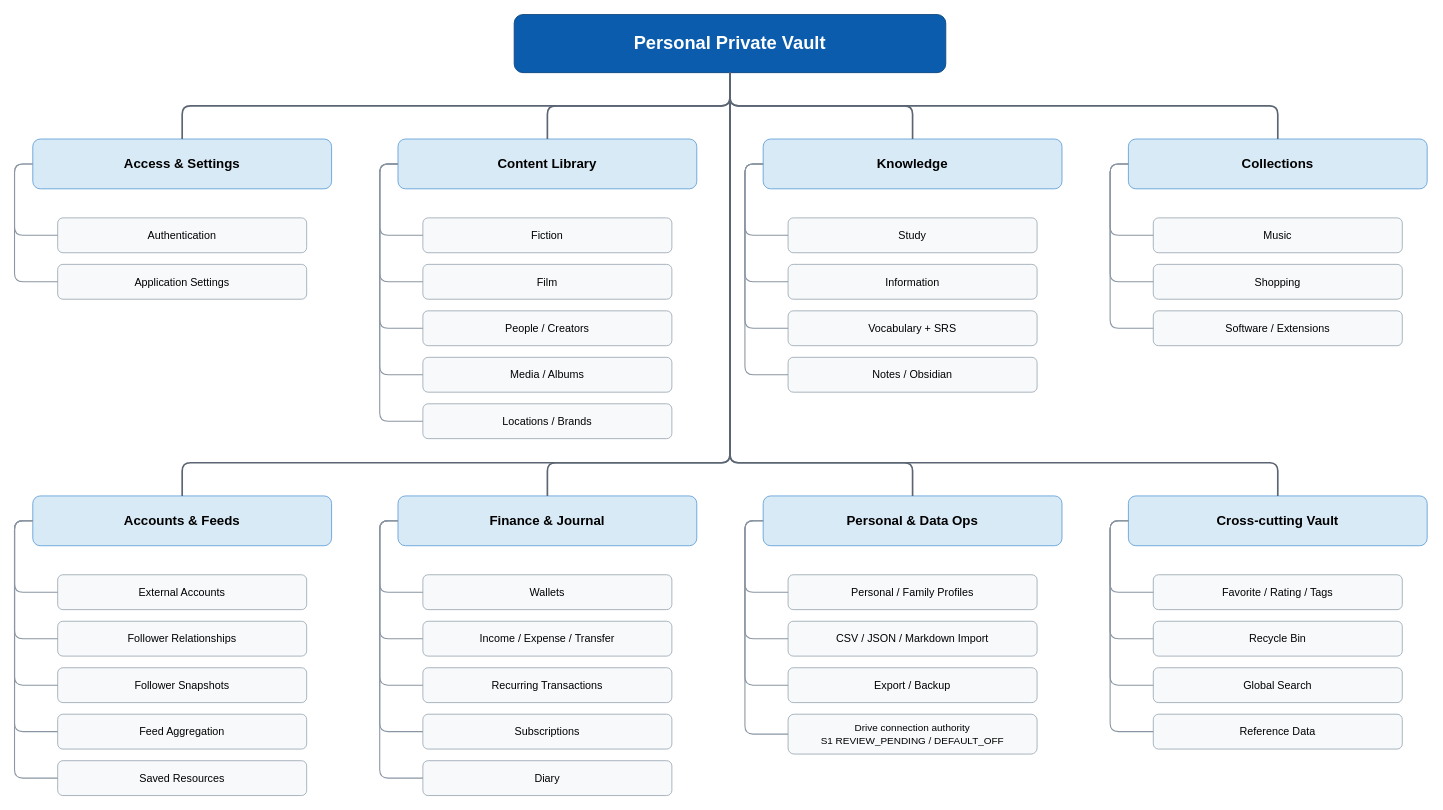
The draw.io diagram docs/architecture/diagrams/source/functional-decomposition.drawio in vhvkhangg/personal-private-vault, before the edit. Source tidied: cells renumbered, new cells numbered last; positions are measured from the earlier drawing's top-left corner, leaving out a move shared by most shapes. Both pictures are drawn from the tidied source at 83%, with x=0, y=0 at pixel (14, 14).
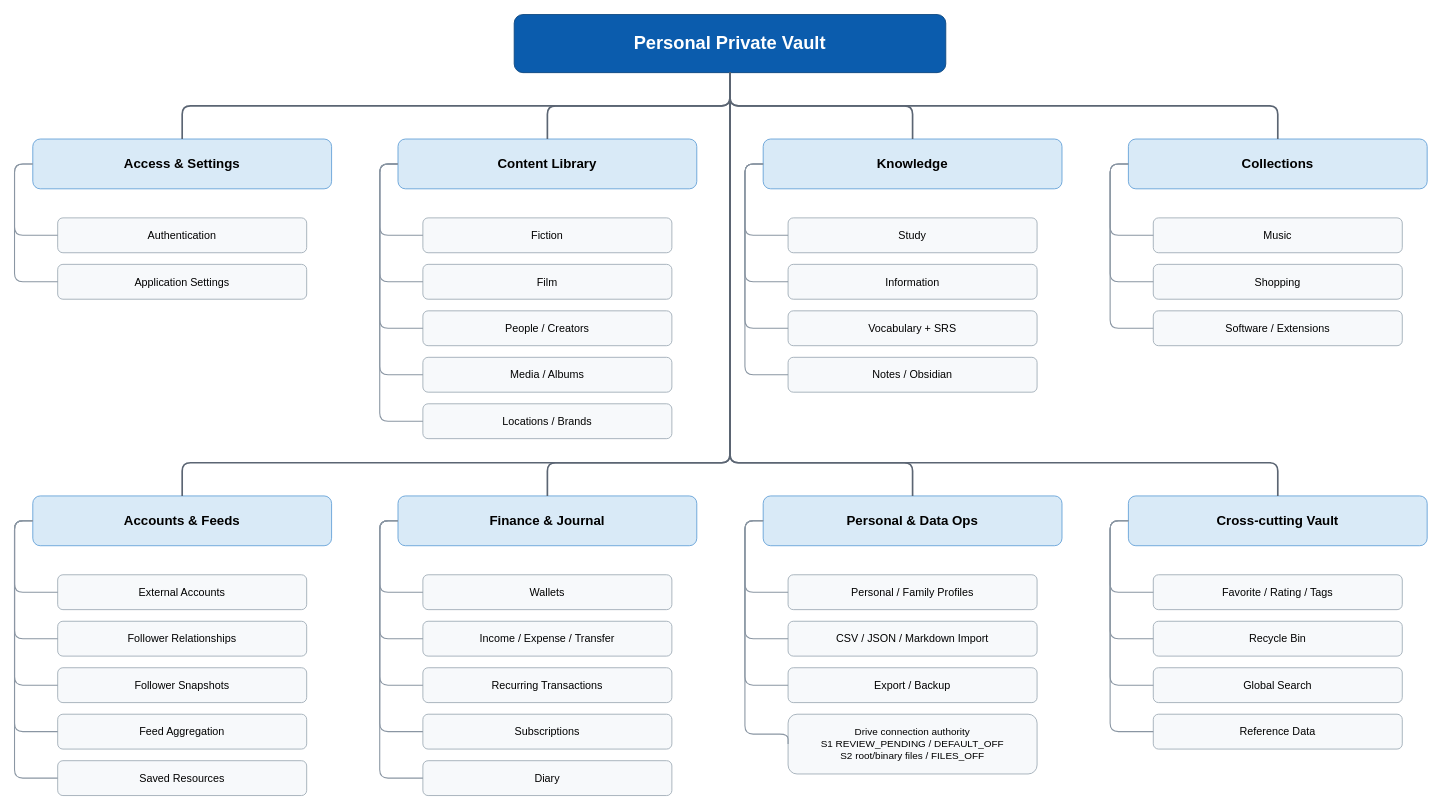
The same page after the edit.

What changed in the source:
```diff
@@
-    <mxCell id="81" value="Drive connection authority&#10;S1 REVIEW_PENDING / DEFAULT_OFF" style="rounded=1;whiteSpace=wrap;html=1;fillColor=#F7F9FB;strokeColor=#9AA7B2;fontSize=12;align=center;verticalAlign=middle;" parent="1" vertex="1">
-      <mxGeometry x="932" y="843" width="300" height="48" as="geometry" />
+    <mxCell id="81" value="Drive connection authority&#10;S1 REVIEW_PENDING / DEFAULT_OFF&#10;S2 root/binary files / FILES_OFF" style="rounded=1;whiteSpace=wrap;html=1;fillColor=#F7F9FB;strokeColor=#9AA7B2;fontSize=12;align=center;verticalAlign=middle;" parent="1" vertex="1">
+      <mxGeometry x="932" y="843" width="300" height="72" as="geometry" />
     </mxCell>
```
